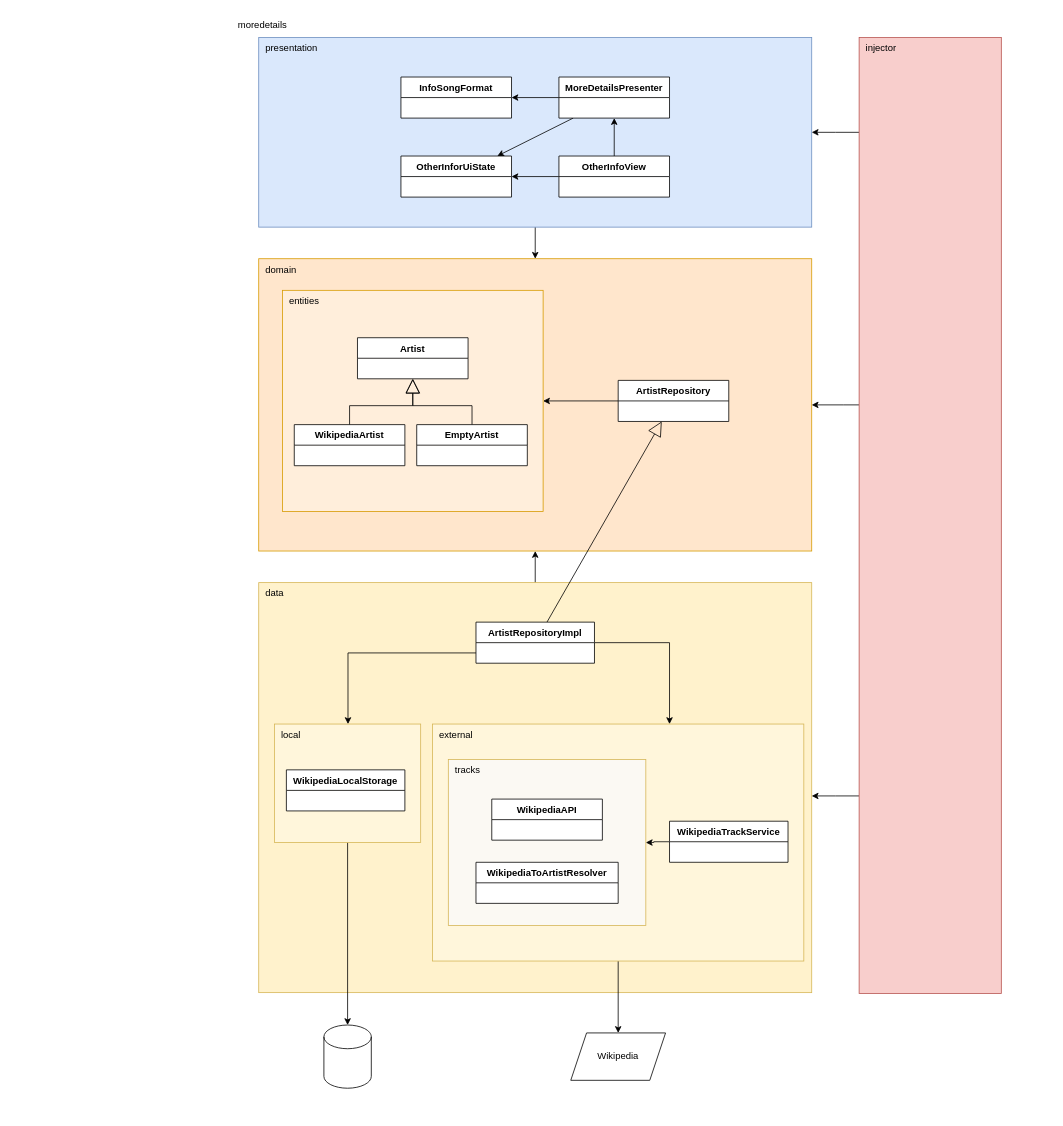
Above: docs/more-details_classes_diagram.drawio in elagarrigue/AyDS23-Winchester1 (draw.io), before the change. Source tidied: cells renumbered, new cells numbered last; positions are measured from the earlier drawing's top-left corner, leaving out a move shared by most shapes. Both pictures are drawn from the tidied source at 79%, with x=0, y=0 at pixel (239, 13).
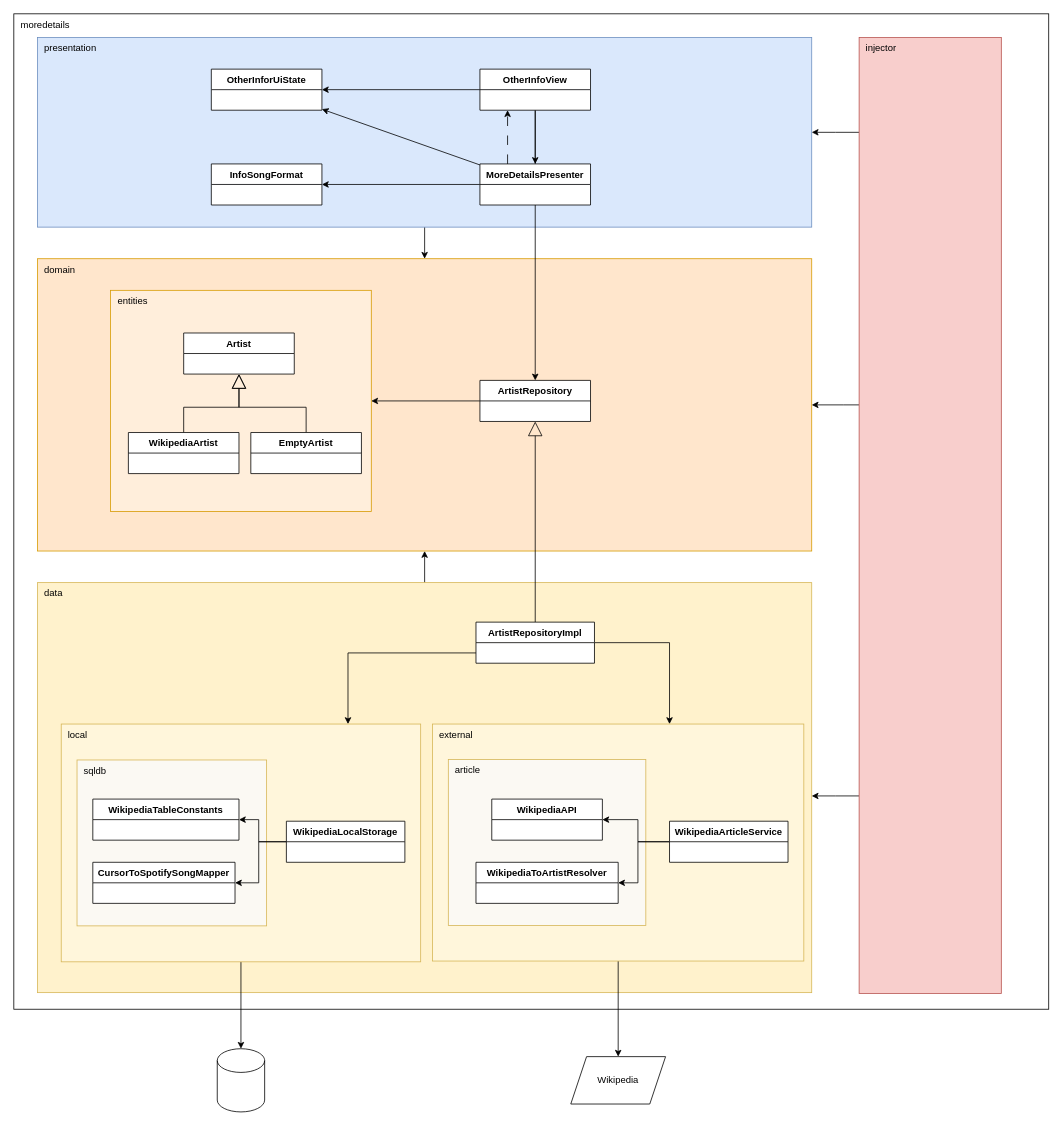
The same page after the edit.

Commit message (it also covers changes not shown here):
Modificación del diagrama de clases

The change refers to these unchanged cells:
```xml
<mxCell id="13" value="WikipediaAPI" style="swimlane;fontStyle=1;align=center;verticalAlign=top;horizontal=1;startSize=26;whiteSpace=wrap;html=1;swimlaneFillColor=default;" parent="1" vertex="1">
  <mxGeometry x="320" y="994" width="140" height="52" as="geometry" />
</mxCell>
<mxCell id="14" value="WikipediaToArtistResolver" style="swimlane;fontStyle=1;align=center;verticalAlign=top;horizontal=1;startSize=26;whiteSpace=wrap;html=1;swimlaneFillColor=default;" parent="1" vertex="1">
  <mxGeometry x="300" y="1074" width="180" height="52" as="geometry" />
</mxCell>
```

What changed in the source:
```diff
@@
+    <mxCell id="44" style="rounded=0;whiteSpace=wrap;html=1;fillColor=none;" parent="1" vertex="1">
+      <mxGeometry x="-285" width="1310" height="1260" as="geometry" />
+    </mxCell>
@@
     <mxCell id="3" value="&amp;nbsp; presentation" style="rounded=0;whiteSpace=wrap;html=1;align=left;verticalAlign=top;fillColor=#dae8fc;strokeColor=#6c8ebf;" parent="1" vertex="1">
-      <mxGeometry x="25" y="30" width="700" height="240" as="geometry" />
+      <mxGeometry x="-255" y="30" width="980" height="240" as="geometry" />
     </mxCell>
     <mxCell id="4" value="&amp;nbsp; domain" style="rounded=0;whiteSpace=wrap;html=1;align=left;verticalAlign=top;fillColor=#ffe6cc;strokeColor=#d79b00;" parent="1" vertex="1">
-      <mxGeometry x="25" y="310" width="700" height="370" as="geometry" />
+      <mxGeometry x="-255" y="310" width="980" height="370" as="geometry" />
     </mxCell>
@@
     <mxCell id="6" value="&amp;nbsp; data" style="rounded=0;whiteSpace=wrap;html=1;align=left;verticalAlign=top;fillColor=#fff2cc;strokeColor=#d6b656;" parent="1" vertex="1">
-      <mxGeometry x="25" y="720" width="700" height="519" as="geometry" />
+      <mxGeometry x="-255" y="720" width="980" height="519" as="geometry" />
     </mxCell>
     <mxCell id="7" value="moredetails" style="text;html=1;strokeColor=none;fillColor=none;align=center;verticalAlign=middle;whiteSpace=wrap;rounded=0;" parent="1" vertex="1">
-      <mxGeometry width="60" height="30" as="geometry" />
+      <mxGeometry x="-275" width="60" height="30" as="geometry" />
     </mxCell>
@@
     <mxCell id="9" value="&amp;nbsp; local" style="rounded=0;whiteSpace=wrap;html=1;align=left;verticalAlign=top;fillColor=#fff6db;strokeColor=#d6b656;" parent="1" vertex="1">
-      <mxGeometry x="45" y="899" width="185" height="150" as="geometry" />
+      <mxGeometry x="-225" y="899" width="455" height="301" as="geometry" />
     </mxCell>
@@
-    <mxCell id="12" value="&amp;nbsp; tracks" style="rounded=0;whiteSpace=wrap;html=1;align=left;verticalAlign=top;fillColor=#fbf9f3;strokeColor=#d6b656;" parent="1" vertex="1">
+    <mxCell id="12" value="&amp;nbsp; article" style="rounded=0;whiteSpace=wrap;html=1;align=left;verticalAlign=top;fillColor=#fbf9f3;strokeColor=#d6b656;" parent="1" vertex="1">
       <mxGeometry x="265" y="944" width="250" height="210" as="geometry" />
     </mxCell>
@@
-    <mxCell id="15" style="edgeStyle=orthogonalEdgeStyle;rounded=0;jettySize=auto;html=1;" parent="1" edge="1" source="16" target="12">
-      <mxGeometry relative="1" as="geometry" />
+    <mxCell id="15" style="edgeStyle=orthogonalEdgeStyle;rounded=0;jettySize=auto;html=1;entryX=1;entryY=0.5;entryDx=0;entryDy=0;exitX=0;exitY=0.5;exitDx=0;exitDy=0;" parent="1" edge="1" source="16" target="13">
+      <mxGeometry relative="1" as="geometry">
+        <Array as="points">
+          <mxPoint x="505" y="1048" />
+          <mxPoint x="505" y="1020" />
+        </Array>
+      </mxGeometry>
     </mxCell>
-    <mxCell id="16" value="WikipediaTrackService" style="swimlane;fontStyle=1;align=center;verticalAlign=top;horizontal=1;startSize=26;whiteSpace=wrap;html=1;labelBackgroundColor=none;rounded=0;shadow=0;glass=0;gradientColor=none;swimlaneFillColor=default;" parent="1" vertex="1">
+    <mxCell id="16" value="WikipediaArticleService" style="swimlane;fontStyle=1;align=center;verticalAlign=top;horizontal=1;startSize=26;whiteSpace=wrap;html=1;labelBackgroundColor=none;rounded=0;shadow=0;glass=0;gradientColor=none;swimlaneFillColor=default;" parent="1" vertex="1">
       <mxGeometry x="545" y="1022" width="150" height="52" as="geometry" />
     </mxCell>
     <mxCell id="17" value="WikipediaLocalStorage" style="swimlane;fontStyle=1;align=center;verticalAlign=top;horizontal=1;startSize=26;whiteSpace=wrap;html=1;swimlaneFillColor=default;" parent="1" vertex="1">
-      <mxGeometry x="60" y="957" width="150" height="52" as="geometry" />
+      <mxGeometry x="60" y="1022" width="150" height="52" as="geometry" />
     </mxCell>
     <mxCell id="18" value="&amp;nbsp; entities" style="rounded=0;whiteSpace=wrap;html=1;align=left;verticalAlign=top;fillColor=#ffeedb;strokeColor=#d79b00;" parent="1" vertex="1">
-      <mxGeometry x="55" y="350" width="330" height="280" as="geometry" />
+      <mxGeometry x="-162.5" y="350" width="330" height="280" as="geometry" />
     </mxCell>
@@
     <mxCell id="20" value="WikipediaArtist" style="swimlane;fontStyle=1;align=center;verticalAlign=top;horizontal=1;startSize=26;whiteSpace=wrap;html=1;swimlaneFillColor=default;" parent="1" vertex="1">
-      <mxGeometry x="70" y="520" width="140" height="52" as="geometry" />
+      <mxGeometry x="-140" y="530" width="140" height="52" as="geometry" />
     </mxCell>
@@
     <mxCell id="22" value="ArtistRepository" style="swimlane;fontStyle=1;align=center;verticalAlign=top;horizontal=1;startSize=26;whiteSpace=wrap;html=1;swimlaneFillColor=default;" parent="1" vertex="1">
-      <mxGeometry x="480" y="464" width="140" height="52" as="geometry" />
+      <mxGeometry x="305" y="464" width="140" height="52" as="geometry" />
     </mxCell>
     <mxCell id="23" value="InfoSongFormat" style="swimlane;fontStyle=1;align=center;verticalAlign=top;horizontal=1;startSize=26;whiteSpace=wrap;html=1;swimlaneFillColor=default;" parent="1" vertex="1">
-      <mxGeometry x="205" y="80" width="140" height="52" as="geometry" />
+      <mxGeometry x="-35" y="190" width="140" height="52" as="geometry" />
     </mxCell>
+    <mxCell id="25" style="rounded=0;jettySize=auto;html=1;" parent="1" edge="1" source="26" target="27">
+      <mxGeometry relative="1" as="geometry" />
+    </mxCell>
+    <mxCell id="45" style="edgeStyle=orthogonalEdgeStyle;rounded=0;jettySize=auto;html=1;exitX=0.25;exitY=0;exitDx=0;exitDy=0;entryX=0.25;entryY=1;entryDx=0;entryDy=0;dashed=1;dashPattern=12 12;" parent="1" edge="1" source="26" target="30">
+      <mxGeometry relative="1" as="geometry" />
+    </mxCell>
-    <mxCell id="24" style="edgeStyle=orthogonalEdgeStyle;rounded=0;jettySize=auto;html=1;" parent="1" edge="1" source="26" target="23">
+    <mxCell id="24" style="edgeStyle=orthogonalEdgeStyle;rounded=0;jettySize=auto;html=1;exitX=0;exitY=0.5;exitDx=0;exitDy=0;entryX=1;entryY=0.5;entryDx=0;entryDy=0;" parent="1" edge="1" source="26" target="23">
       <mxGeometry relative="1" as="geometry" />
     </mxCell>
-    <mxCell id="25" style="rounded=0;jettySize=auto;html=1;" parent="1" edge="1" source="26" target="27">
-      <mxGeometry relative="1" as="geometry" />
-    </mxCell>
+    <mxCell id="46" style="edgeStyle=orthogonalEdgeStyle;rounded=0;jettySize=auto;html=1;entryX=0.5;entryY=0;entryDx=0;entryDy=0;" parent="1" edge="1" source="26" target="22">
+      <mxGeometry relative="1" as="geometry" />
+    </mxCell>
     <mxCell id="26" value="MoreDetailsPresenter" style="swimlane;fontStyle=1;align=center;verticalAlign=top;horizontal=1;startSize=26;whiteSpace=wrap;html=1;swimlaneFillColor=default;" parent="1" vertex="1">
-      <mxGeometry x="405" y="80" width="140" height="52" as="geometry" />
+      <mxGeometry x="305" y="190" width="140" height="52" as="geometry" />
     </mxCell>
     <mxCell id="27" value="OtherInforUiState" style="swimlane;fontStyle=1;align=center;verticalAlign=top;horizontal=1;startSize=26;whiteSpace=wrap;html=1;swimlaneFillColor=default;" parent="1" vertex="1">
-      <mxGeometry x="205" y="180" width="140" height="52" as="geometry" />
+      <mxGeometry x="-35" y="70" width="140" height="52" as="geometry" />
     </mxCell>
@@
-    <mxCell id="30" value="OtherInfoView" style="swimlane;fontStyle=1;align=center;verticalAlign=top;horizontal=1;startSize=26;whiteSpace=wrap;html=1;swimlaneFillColor=default;" parent="1" vertex="1">
-      <mxGeometry x="405" y="180" width="140" height="52" as="geometry" />
-    </mxCell>
@@
     <mxCell id="39" style="shape=cylinder3;whiteSpace=wrap;html=1;boundedLbl=1;backgroundOutline=1;size=15;" parent="1" vertex="1">
-      <mxGeometry x="107.5" y="1280" width="60" height="80" as="geometry" />
+      <mxGeometry x="-27.5" y="1310" width="60" height="80" as="geometry" />
     </mxCell>
     <mxCell id="40" value="Wikipedia" style="shape=parallelogram;perimeter=parallelogramPerimeter;whiteSpace=wrap;html=1;fixedSize=1;" parent="1" vertex="1">
-      <mxGeometry x="420" y="1290" width="120" height="60" as="geometry" />
+      <mxGeometry x="420" y="1320" width="120" height="60" as="geometry" />
     </mxCell>
     <mxCell id="41" value="Artist" style="swimlane;fontStyle=1;align=center;verticalAlign=top;horizontal=1;startSize=26;whiteSpace=wrap;html=1;swimlaneFillColor=default;" parent="1" vertex="1">
-      <mxGeometry x="150" y="410" width="140" height="52" as="geometry" />
+      <mxGeometry x="-70" y="404" width="140" height="52" as="geometry" />
     </mxCell>
@@
     <mxCell id="43" value="EmptyArtist" style="swimlane;fontStyle=1;align=center;verticalAlign=top;horizontal=1;startSize=26;whiteSpace=wrap;html=1;swimlaneFillColor=default;" parent="1" vertex="1">
-      <mxGeometry x="225" y="520" width="140" height="52" as="geometry" />
+      <mxGeometry x="15" y="530" width="140" height="52" as="geometry" />
     </mxCell>
+    <mxCell id="47" style="endArrow=classic;html=1;rounded=0;exitX=0;exitY=0.5;exitDx=0;exitDy=0;entryX=1;entryY=0.5;entryDx=0;entryDy=0;edgeStyle=orthogonalEdgeStyle;" parent="1" edge="1" source="16" target="14">
+      <mxGeometry relative="1" as="geometry">
+        <Array as="points">
+          <mxPoint x="505" y="1048" />
+          <mxPoint x="505" y="1100" />
+        </Array>
+      </mxGeometry>
+    </mxCell>
+    <mxCell id="48" value="&amp;nbsp; sqldb" style="rounded=0;whiteSpace=wrap;html=1;align=left;verticalAlign=top;fillColor=#fbf9f3;strokeColor=#d6b656;" parent="1" vertex="1">
+      <mxGeometry x="-205" y="944.5" width="240" height="210" as="geometry" />
+    </mxCell>
+    <mxCell id="49" value="WikipediaTableConstants" style="swimlane;fontStyle=1;align=center;verticalAlign=top;horizontal=1;startSize=26;whiteSpace=wrap;html=1;swimlaneFillColor=default;" parent="1" vertex="1">
+      <mxGeometry x="-185" y="994" width="185" height="52" as="geometry" />
+    </mxCell>
+    <mxCell id="50" value="CursorToSpotifySongMapper" style="swimlane;fontStyle=1;align=center;verticalAlign=top;horizontal=1;startSize=26;whiteSpace=wrap;html=1;swimlaneFillColor=default;" parent="1" vertex="1">
+      <mxGeometry x="-185" y="1074" width="180" height="52" as="geometry" />
+    </mxCell>
+    <mxCell id="51" style="endArrow=classic;html=1;rounded=0;exitX=0;exitY=0.5;exitDx=0;exitDy=0;entryX=1;entryY=0.5;entryDx=0;entryDy=0;edgeStyle=orthogonalEdgeStyle;" parent="1" edge="1" source="17" target="50">
+      <mxGeometry relative="1" as="geometry">
+        <Array as="points">
+          <mxPoint x="25" y="1048" />
+          <mxPoint x="25" y="1100" />
+        </Array>
+      </mxGeometry>
+    </mxCell>
+    <mxCell id="52" style="edgeStyle=orthogonalEdgeStyle;rounded=0;jettySize=auto;html=1;exitX=0;exitY=0.5;exitDx=0;exitDy=0;entryX=1;entryY=0.5;entryDx=0;entryDy=0;" parent="1" edge="1" source="17" target="49">
+      <mxGeometry relative="1" as="geometry">
+        <Array as="points">
+          <mxPoint x="25" y="1048" />
+          <mxPoint x="25" y="1020" />
+        </Array>
+      </mxGeometry>
+    </mxCell>
+    <mxCell id="53" style="edgeStyle=orthogonalEdgeStyle;rounded=0;jettySize=auto;html=1;endArrow=none;endFill=0;" parent="1" edge="1" source="26" target="30">
+      <mxGeometry relative="1" as="geometry" />
+    </mxCell>
+    <mxCell id="30" value="OtherInfoView" style="swimlane;fontStyle=1;align=center;verticalAlign=top;horizontal=1;startSize=26;whiteSpace=wrap;html=1;swimlaneFillColor=default;" parent="1" vertex="1">
+      <mxGeometry x="305" y="70" width="140" height="52" as="geometry" />
+    </mxCell>
```
